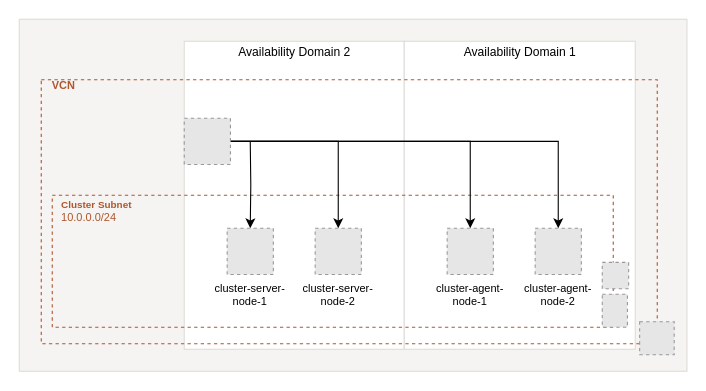
Before: diagram/k0s_oci.drawio in r0b2g1t/k0s-oracle-cloud-infrastructure-cluster, a draw.io diagram. Source tidied: cells renumbered, new cells numbered last; positions are measured from the earlier drawing's top-left corner, leaving out a move shared by most shapes. Both pictures are drawn from the tidied source at 110%, with x=0, y=0 at pixel (19, 19). Pictures stored in the file or linked from it are replaced by grey dashed boxes.
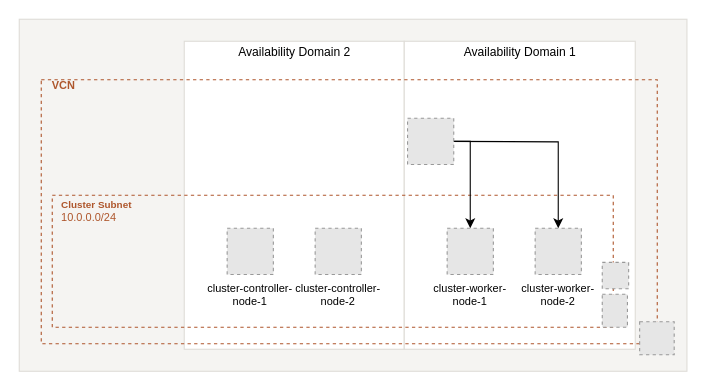
The same diagram, later.

Diff of the diagram source:
```diff
@@
-    <mxCell id="11" value="cluster-server-&#10;node-1" style="fillColor=#E6E6E6;strokeColor=#999999;dashed=1;verticalLabelPosition=bottom;verticalAlign=top;fontSize=10;" parent="1" vertex="1">
+    <mxCell id="11" value="cluster-controller-&#10;node-1" style="fillColor=#E6E6E6;strokeColor=#999999;dashed=1;verticalLabelPosition=bottom;verticalAlign=top;fontSize=10;" parent="1" vertex="1">
       <mxGeometry x="189" y="190" width="42" height="42" as="geometry" />
     </mxCell>
-    <mxCell id="12" value="cluster-server-&#10;node-2" style="fillColor=#E6E6E6;strokeColor=#999999;dashed=1;verticalLabelPosition=bottom;verticalAlign=top;fontSize=10;" parent="1" vertex="1">
+    <mxCell id="12" value="cluster-controller-&#10;node-2" style="fillColor=#E6E6E6;strokeColor=#999999;dashed=1;verticalLabelPosition=bottom;verticalAlign=top;fontSize=10;" parent="1" vertex="1">
       <mxGeometry x="269" y="190" width="42" height="42" as="geometry" />
     </mxCell>
@@
-    <mxCell id="14" value="cluster-agent-&#10;node-1" style="fillColor=#E6E6E6;strokeColor=#999999;dashed=1;verticalLabelPosition=bottom;verticalAlign=top;fontSize=10;" parent="1" vertex="1">
+    <mxCell id="14" value="cluster-worker-&#10;node-1" style="fillColor=#E6E6E6;strokeColor=#999999;dashed=1;verticalLabelPosition=bottom;verticalAlign=top;fontSize=10;" parent="1" vertex="1">
       <mxGeometry x="389" y="190" width="42" height="42" as="geometry" />
     </mxCell>
-    <mxCell id="15" value="cluster-agent-&#10;node-2" style="fillColor=#E6E6E6;strokeColor=#999999;dashed=1;verticalLabelPosition=bottom;verticalAlign=top;fontSize=10;" parent="1" vertex="1">
+    <mxCell id="15" value="cluster-worker-&#10;node-2" style="fillColor=#E6E6E6;strokeColor=#999999;dashed=1;verticalLabelPosition=bottom;verticalAlign=top;fontSize=10;" parent="1" vertex="1">
       <mxGeometry x="469" y="190" width="42" height="42" as="geometry" />
     </mxCell>
@@
-    <mxCell id="18" style="edgeStyle=orthogonalEdgeStyle;rounded=0;jettySize=auto;html=1;fontFamily=Verdana;fontSize=10;fontColor=#AE562C;" parent="1" edge="1" target="11">
-      <mxGeometry relative="1" as="geometry">
-        <mxPoint x="210" y="111" as="sourcePoint" />
-      </mxGeometry>
-    </mxCell>
-    <mxCell id="19" style="edgeStyle=orthogonalEdgeStyle;rounded=0;jettySize=auto;html=1;entryX=0.5;entryY=0;entryDx=0;entryDy=0;fontFamily=Verdana;fontSize=10;fontColor=#AE562C;" parent="1" edge="1" source="22" target="12">
-      <mxGeometry relative="1" as="geometry" />
-    </mxCell>
     <mxCell id="20" style="edgeStyle=orthogonalEdgeStyle;rounded=0;jettySize=auto;html=1;entryX=0.5;entryY=0;entryDx=0;entryDy=0;fontFamily=Verdana;fontSize=10;fontColor=#AE562C;" parent="1" edge="1" source="22" target="14">
-      <mxGeometry relative="1" as="geometry" />
+      <mxGeometry relative="1" as="geometry">
+        <Array as="points">
+          <mxPoint x="410" y="111" />
+        </Array>
+      </mxGeometry>
     </mxCell>
-    <mxCell id="21" style="edgeStyle=orthogonalEdgeStyle;rounded=0;jettySize=auto;html=1;entryX=0.5;entryY=0;entryDx=0;entryDy=0;fontFamily=Verdana;fontSize=10;fontColor=#AE562C;" parent="1" edge="1" source="22" target="15">
-      <mxGeometry relative="1" as="geometry" />
+    <mxCell id="21" style="edgeStyle=orthogonalEdgeStyle;rounded=0;jettySize=auto;html=1;entryX=0.5;entryY=0;entryDx=0;entryDy=0;fontFamily=Verdana;fontSize=10;fontColor=#AE562C;" parent="1" edge="1" target="15">
+      <mxGeometry relative="1" as="geometry">
+        <mxPoint x="390" y="111" as="sourcePoint" />
+      </mxGeometry>
     </mxCell>
     <mxCell id="22" style="fillColor=#E6E6E6;strokeColor=#999999;dashed=1;verticalLabelPosition=bottom;verticalAlign=top;fontFamily=Verdana;fontSize=10;fontColor=#AE562C;" parent="1" vertex="1">
-      <mxGeometry x="150" y="90" width="42" height="42" as="geometry" />
+      <mxGeometry x="353" y="90" width="42" height="42" as="geometry" />
     </mxCell>
```
